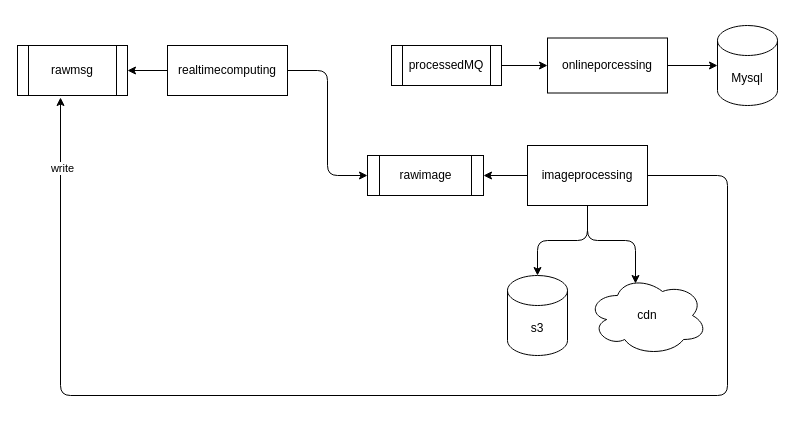
wxquare/wxquare.github.io keeps this draw.io diagram as source/diagrams/image.drawio. Above is the earlier version. Source tidied: cells renumbered, new cells numbered last; positions are measured from the earlier drawing's top-left corner, leaving out a move shared by most shapes. Both pictures are drawn from the tidied source at 100%, with x=0, y=0 at pixel (17, 25).
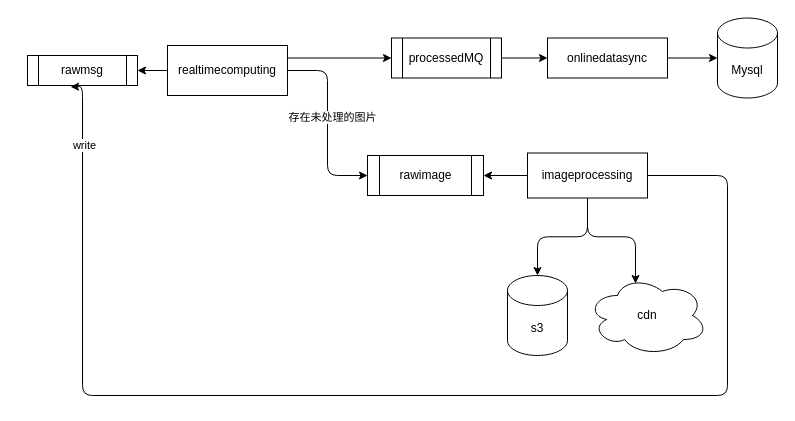
The same page after the edit.

Unchanged cells that the change refers to:
```xml
<mxCell id="3" style="edgeStyle=orthogonalEdgeStyle;rounded=1;jettySize=auto;html=1;exitX=1;exitY=0.5;exitDx=0;exitDy=0;entryX=0;entryY=0.5;entryDx=0;entryDy=0;" parent="1" edge="1" source="4" target="5">
  <mxGeometry relative="1" as="geometry" />
</mxCell>
<mxCell id="4" value="realtimecomputing" style="rounded=0;whiteSpace=wrap;html=1;" parent="1" vertex="1">
  <mxGeometry x="150" y="20" width="120" height="50" as="geometry" />
</mxCell>
```

What changed in the source:
```diff
@@
+    <mxCell id="20" value="存在未处理的图片" style="edgeLabel;html=1;align=center;verticalAlign=middle;" parent="3" vertex="1">
+      <mxGeometry x="-0.07" y="4" relative="1" as="geometry" />
+    </mxCell>
+    <mxCell id="21" style="edgeStyle=orthogonalEdgeStyle;rounded=1;jettySize=auto;html=1;exitX=1;exitY=0.25;exitDx=0;exitDy=0;entryX=0;entryY=0.5;entryDx=0;entryDy=0;" parent="1" edge="1" source="4" target="19">
+      <mxGeometry relative="1" as="geometry" />
+    </mxCell>
@@
     <mxCell id="8" value="rawmsg" style="shape=process;whiteSpace=wrap;html=1;backgroundOutline=1;" parent="1" vertex="1">
-      <mxGeometry y="20" width="110" height="50" as="geometry" />
+      <mxGeometry x="10" y="30" width="110" height="30" as="geometry" />
     </mxCell>
@@
     <mxCell id="12" style="edgeStyle=orthogonalEdgeStyle;rounded=1;jettySize=auto;html=1;exitX=1;exitY=0.5;exitDx=0;exitDy=0;entryX=0.391;entryY=1.04;entryDx=0;entryDy=0;entryPerimeter=0;" parent="1" edge="1" source="14" target="8">
       <mxGeometry relative="1" as="geometry">
         <Array as="points">
           <mxPoint x="710" y="150" />
           <mxPoint x="710" y="370" />
-          <mxPoint x="43" y="370" />
+          <mxPoint x="65" y="370" />
+          <mxPoint x="65" y="61" />
         </Array>
       </mxGeometry>
     </mxCell>
@@
     <mxCell id="14" value="imageprocessing" style="rounded=0;whiteSpace=wrap;html=1;" parent="1" vertex="1">
-      <mxGeometry x="510" y="120" width="120" height="60" as="geometry" />
+      <mxGeometry x="510" y="127.5" width="120" height="45" as="geometry" />
     </mxCell>
@@
-    <mxCell id="16" value="onlineporcessing" style="rounded=0;whiteSpace=wrap;html=1;" parent="1" vertex="1">
-      <mxGeometry x="530" y="12.5" width="120" height="55" as="geometry" />
+    <mxCell id="16" value="onlinedatasync" style="rounded=0;whiteSpace=wrap;html=1;" parent="1" vertex="1">
+      <mxGeometry x="530" y="12.5" width="120" height="40" as="geometry" />
     </mxCell>
     <mxCell id="17" value="Mysql" style="shape=cylinder3;whiteSpace=wrap;html=1;boundedLbl=1;backgroundOutline=1;size=15;" parent="1" vertex="1">
-      <mxGeometry x="700" width="60" height="80" as="geometry" />
+      <mxGeometry x="700" y="-7.5" width="60" height="80" as="geometry" />
     </mxCell>
@@
     <mxCell id="19" value="processedMQ" style="shape=process;whiteSpace=wrap;html=1;backgroundOutline=1;" parent="1" vertex="1">
-      <mxGeometry x="374" y="20" width="110" height="40" as="geometry" />
+      <mxGeometry x="374" y="12.5" width="110" height="40" as="geometry" />
     </mxCell>
```
